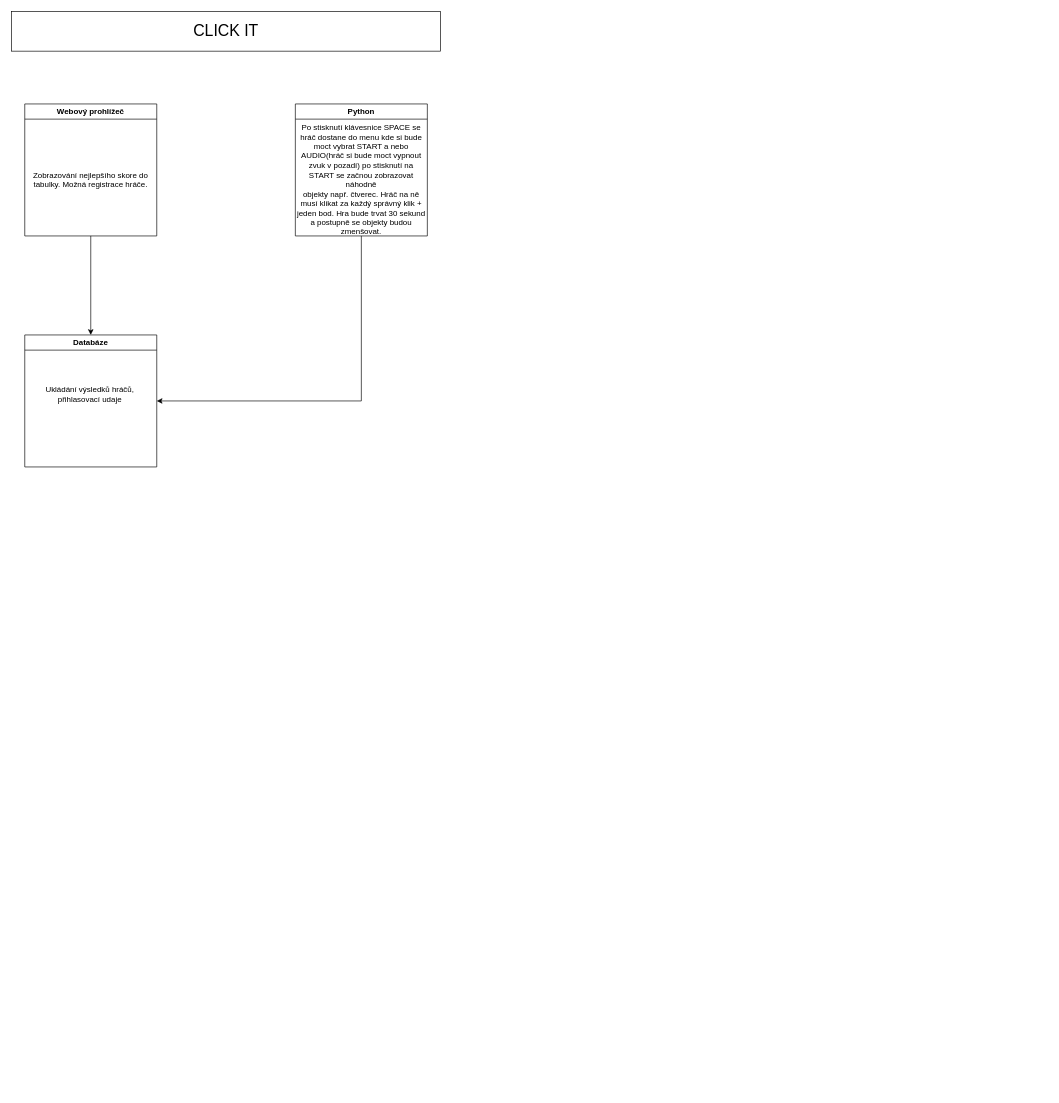
This is CLICK_IT .drawio from Brabechonza/maturita_projekt_click_it, a draw.io file, before an edit. Source tidied: cells renumbered, new cells numbered last; positions are measured from the earlier drawing's top-left corner, leaving out a move shared by most shapes. Both pictures are drawn from the tidied source at 66%, with x=0, y=0 at pixel (11, 11).
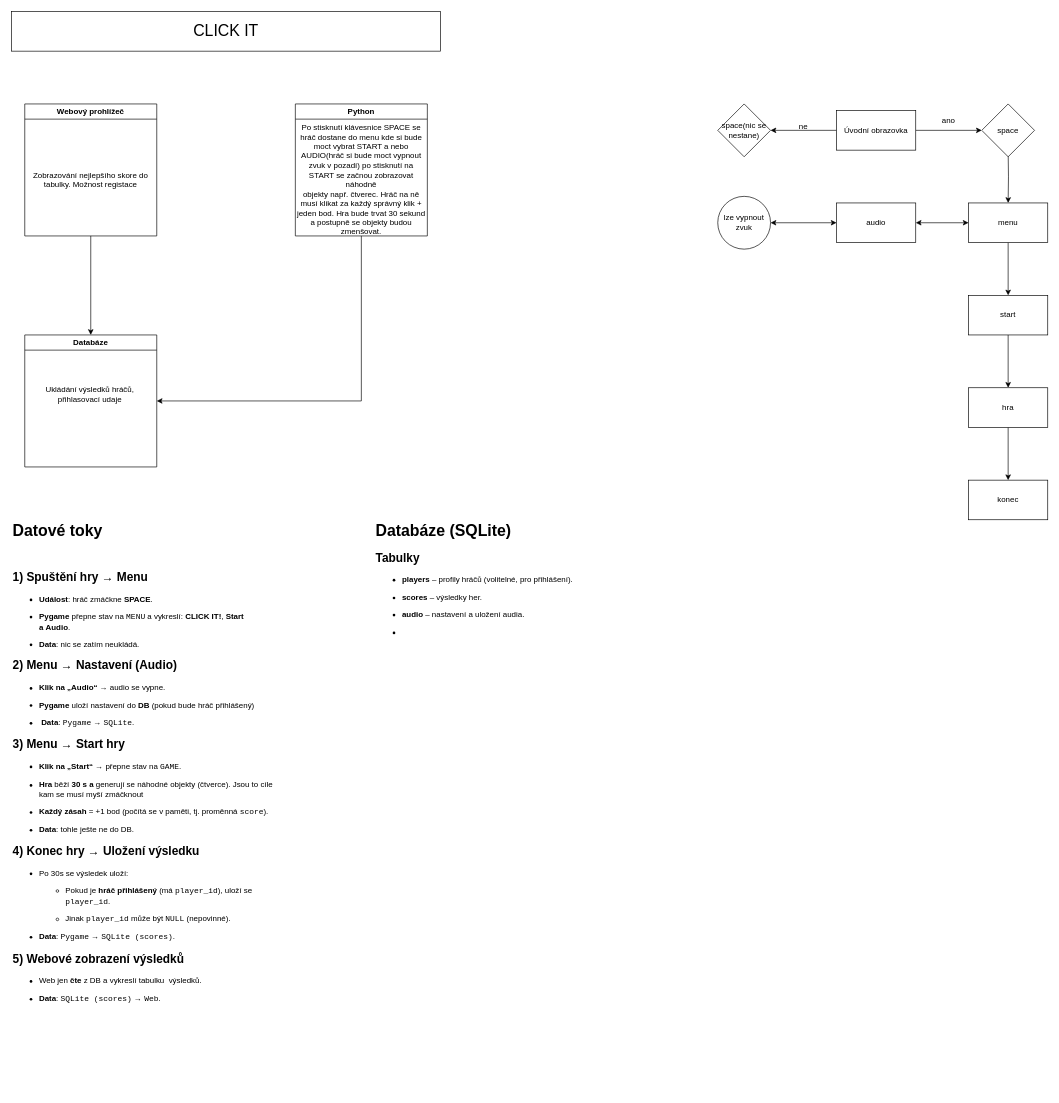
The same page after the edit.

Unchanged cells that the change refers to:
```xml
<mxCell id="2" value="Webový prohlížeč" style="swimlane;whiteSpace=wrap;html=1;" parent="1" vertex="1">
  <mxGeometry x="20" y="140" width="200" height="200" as="geometry" />
</mxCell>
```

Change to the diagram source:
```diff
@@
-    <mxCell id="3" value="Zobrazování nejlepšího skore do tabulky. Možná registrace hráče." style="text;html=1;align=center;verticalAlign=middle;whiteSpace=wrap;rounded=0;" parent="2" vertex="1">
+    <mxCell id="3" value="Zobrazování nejlepšího skore do tabulky. Možnost registace" style="text;html=1;align=center;verticalAlign=middle;whiteSpace=wrap;rounded=0;" parent="2" vertex="1">
       <mxGeometry y="30" width="200" height="170" as="geometry" />
     </mxCell>
@@
+    <mxCell id="11" style="edgeStyle=orthogonalEdgeStyle;rounded=0;jettySize=auto;html=1;" parent="1" edge="1" source="13" target="17">
+      <mxGeometry relative="1" as="geometry" />
+    </mxCell>
+    <mxCell id="12" style="edgeStyle=orthogonalEdgeStyle;rounded=0;jettySize=auto;html=1;" parent="1" edge="1" source="13" target="19">
+      <mxGeometry relative="1" as="geometry" />
+    </mxCell>
+    <mxCell id="13" value="Úvodní obrazovka" style="rounded=0;whiteSpace=wrap;html=1;" parent="1" vertex="1">
+      <mxGeometry x="1250" y="150" width="120" height="60" as="geometry" />
+    </mxCell>
+    <mxCell id="14" style="edgeStyle=orthogonalEdgeStyle;rounded=0;jettySize=auto;html=1;" parent="1" edge="1" target="16">
+      <mxGeometry relative="1" as="geometry">
+        <mxPoint x="1510" y="210" as="sourcePoint" />
+      </mxGeometry>
+    </mxCell>
+    <mxCell id="15" style="edgeStyle=orthogonalEdgeStyle;rounded=0;jettySize=auto;html=1;" parent="1" edge="1" source="16" target="22">
+      <mxGeometry relative="1" as="geometry" />
+    </mxCell>
+    <mxCell id="16" value="menu" style="whiteSpace=wrap;html=1;rounded=0;" parent="1" vertex="1">
+      <mxGeometry x="1450" y="290" width="120" height="60" as="geometry" />
+    </mxCell>
+    <mxCell id="17" value="space" style="rhombus;whiteSpace=wrap;html=1;rounded=0;" parent="1" vertex="1">
+      <mxGeometry x="1470" y="140" width="80" height="80" as="geometry" />
+    </mxCell>
+    <mxCell id="18" value="ano" style="text;html=1;whiteSpace=wrap;strokeColor=none;fillColor=none;align=center;verticalAlign=middle;rounded=0;" parent="1" vertex="1">
+      <mxGeometry x="1390" y="150" width="60" height="30" as="geometry" />
+    </mxCell>
+    <mxCell id="19" value="space(nic se nestane)" style="rhombus;whiteSpace=wrap;html=1;rounded=0;" parent="1" vertex="1">
+      <mxGeometry x="1070" y="140" width="80" height="80" as="geometry" />
+    </mxCell>
+    <mxCell id="20" value="ne" style="text;html=1;whiteSpace=wrap;strokeColor=none;fillColor=none;align=center;verticalAlign=middle;rounded=0;" parent="1" vertex="1">
+      <mxGeometry x="1170" y="160" width="60" height="30" as="geometry" />
+    </mxCell>
+    <mxCell id="21" style="edgeStyle=orthogonalEdgeStyle;rounded=0;jettySize=auto;html=1;" parent="1" edge="1" source="22" target="24">
+      <mxGeometry relative="1" as="geometry" />
+    </mxCell>
+    <mxCell id="22" value="start" style="whiteSpace=wrap;html=1;rounded=0;" parent="1" vertex="1">
+      <mxGeometry x="1450" y="430" width="120" height="60" as="geometry" />
+    </mxCell>
+    <mxCell id="23" style="edgeStyle=orthogonalEdgeStyle;rounded=0;jettySize=auto;html=1;" parent="1" edge="1" source="24" target="29">
+      <mxGeometry relative="1" as="geometry" />
+    </mxCell>
+    <mxCell id="24" value="hra" style="whiteSpace=wrap;html=1;rounded=0;" parent="1" vertex="1">
+      <mxGeometry x="1450" y="570" width="120" height="60" as="geometry" />
+    </mxCell>
+    <mxCell id="25" value="audio" style="whiteSpace=wrap;html=1;rounded=0;" parent="1" vertex="1">
+      <mxGeometry x="1250" y="290" width="120" height="60" as="geometry" />
+    </mxCell>
+    <mxCell id="26" value="lze vypnout zvuk" style="ellipse;whiteSpace=wrap;html=1;rounded=0;" parent="1" vertex="1">
+      <mxGeometry x="1070" y="280" width="80" height="80" as="geometry" />
+    </mxCell>
+    <mxCell id="27" style="endArrow=classic;startArrow=classic;html=1;rounded=0;entryX=0;entryY=0.5;entryDx=0;entryDy=0;exitX=1;exitY=0.5;exitDx=0;exitDy=0;" parent="1" edge="1" source="26" target="25">
+      <mxGeometry relative="1" as="geometry" />
+    </mxCell>
+    <mxCell id="28" style="endArrow=classic;startArrow=classic;html=1;rounded=0;entryX=0;entryY=0.5;entryDx=0;entryDy=0;exitX=1;exitY=0.5;exitDx=0;exitDy=0;" parent="1" edge="1" source="25" target="16">
+      <mxGeometry relative="1" as="geometry" />
+    </mxCell>
+    <mxCell id="29" value="konec" style="whiteSpace=wrap;html=1;rounded=0;" parent="1" vertex="1">
+      <mxGeometry x="1450" y="710" width="120" height="60" as="geometry" />
+    </mxCell>
+    <mxCell id="30" value="&lt;h1&gt;Datové toky&amp;nbsp;&lt;/h1&gt;&lt;br&gt;&lt;h2&gt;1) Spuštění hry → Menu&lt;/h2&gt;&lt;ul&gt;&lt;li&gt;&lt;p&gt;&lt;strong&gt;Událost&lt;/strong&gt;: hráč zmáčkne &lt;strong&gt;SPACE&lt;/strong&gt;.&lt;/p&gt;&lt;/li&gt;&lt;li&gt;&lt;p&gt;&lt;strong&gt;Pygame&lt;/strong&gt; přepne stav na &lt;code&gt;MENU&lt;/code&gt; a vykreslí: &lt;strong&gt;CLICK IT!&lt;/strong&gt;, &lt;strong&gt;Start a&lt;/strong&gt;&amp;nbsp;&lt;strong&gt;Audio&lt;/strong&gt;.&lt;/p&gt;&lt;/li&gt;&lt;li&gt;&lt;p&gt;&lt;strong&gt;Data&lt;/strong&gt;: nic se zatím neukládá.&lt;/p&gt;&lt;/li&gt;&lt;/ul&gt;&lt;h2&gt;2) Menu → Nastavení (Audio)&lt;/h2&gt;&lt;ul&gt;&lt;li&gt;&lt;p&gt;&lt;strong&gt;Klik na „Audio“&lt;/strong&gt; → audio se vypne.&lt;/p&gt;&lt;/li&gt;&lt;li&gt;&lt;p&gt;&lt;strong&gt;Pygame&lt;/strong&gt; uloží nastavení do &lt;strong&gt;DB&lt;/strong&gt;&amp;nbsp;(pokud bude hráč přihlášený)&lt;/p&gt;&lt;/li&gt;&lt;li&gt;&lt;p&gt;&lt;strong style=&quot;background-color: transparent; color: light-dark(rgb(0, 0, 0), rgb(255, 255, 255));&quot;&gt;&amp;nbsp;Data&lt;/strong&gt;&lt;span style=&quot;background-color: transparent; color: light-dark(rgb(0, 0, 0), rgb(255, 255, 255));&quot;&gt;: &lt;/span&gt;&lt;code style=&quot;background-color: transparent; color: light-dark(rgb(0, 0, 0), rgb(255, 255, 255));&quot;&gt;Pygame&lt;/code&gt;&lt;span style=&quot;background-color: transparent; color: light-dark(rgb(0, 0, 0), rgb(255, 255, 255));&quot;&gt; → &lt;/span&gt;&lt;code style=&quot;background-color: transparent; color: light-dark(rgb(0, 0, 0), rgb(255, 255, 255));&quot;&gt;SQLite&lt;/code&gt;&lt;span style=&quot;background-color: transparent; color: light-dark(rgb(0, 0, 0), rgb(255, 255, 255));&quot;&gt;.&lt;/span&gt;&lt;/p&gt;&lt;/li&gt;&lt;/ul&gt;&lt;h2&gt;3) Menu → Start hry&lt;/h2&gt;&lt;ul&gt;&lt;li&gt;&lt;p&gt;&lt;strong&gt;Klik na „Start“&lt;/strong&gt; → přepne stav na &lt;code&gt;GAME&lt;/code&gt;.&lt;/p&gt;&lt;/li&gt;&lt;li&gt;&lt;p&gt;&lt;strong&gt;Hra&lt;/strong&gt; běží &lt;strong&gt;30 s a&amp;nbsp;&lt;/strong&gt;generují se náhodné objekty (čtverce). Jsou to cíle kam se musí myší zmáčknout&lt;/p&gt;&lt;/li&gt;&lt;li&gt;&lt;p&gt;&lt;strong&gt;Každý zásah&lt;/strong&gt; = +1 bod (počítá se v paměti, tj. proměnná &lt;code&gt;score&lt;/code&gt;).&lt;/p&gt;&lt;/li&gt;&lt;li&gt;&lt;p&gt;&lt;strong&gt;Data&lt;/strong&gt;: tohle ješte ne do DB.&lt;/p&gt;&lt;/li&gt;&lt;/ul&gt;&lt;h2&gt;4) Konec hry → Uložení výsledku&lt;/h2&gt;&lt;ul&gt;&lt;li&gt;&lt;p&gt;Po 30s se výsledek uloží:&lt;/p&gt;&lt;ul&gt;&lt;li&gt;&lt;p&gt;Pokud je &lt;strong&gt;hráč přihlášený&lt;/strong&gt; (má &lt;code&gt;player_id&lt;/code&gt;), uloží se &lt;code&gt;player_id&lt;/code&gt;.&lt;/p&gt;&lt;/li&gt;&lt;li&gt;&lt;p&gt;Jinak &lt;code&gt;player_id&lt;/code&gt; může být &lt;code&gt;NULL&lt;/code&gt; (nepovinné).&lt;/p&gt;&lt;/li&gt;&lt;/ul&gt;&lt;/li&gt;&lt;li&gt;&lt;p&gt;&lt;strong&gt;Data&lt;/strong&gt;: &lt;code&gt;Pygame&lt;/code&gt; → &lt;code&gt;SQLite (scores)&lt;/code&gt;.&lt;/p&gt;&lt;/li&gt;&lt;/ul&gt;&lt;h2&gt;5) Webové zobrazení výsledků&lt;/h2&gt;&lt;ul&gt;&lt;li&gt;&lt;p&gt;Web jen &lt;strong&gt;čte&lt;/strong&gt; z DB a vykreslí tabulku&amp;nbsp; výsledků.&lt;/p&gt;&lt;/li&gt;&lt;li&gt;&lt;p&gt;&lt;strong&gt;Data&lt;/strong&gt;: &lt;code&gt;SQLite (scores)&lt;/code&gt; → &lt;code&gt;Web&lt;/code&gt;.&lt;/p&gt;&lt;br&gt;&lt;/li&gt;&lt;br&gt;&lt;/ul&gt;&lt;br&gt;&lt;blockquote&gt;&lt;br&gt;&lt;p&gt;&lt;br&gt;&lt;/p&gt;&lt;/blockquote&gt;" style="text;whiteSpace=wrap;html=1;" parent="1" vertex="1">
+      <mxGeometry y="750" width="400" height="780" as="geometry" />
+    </mxCell>
+    <mxCell id="31" value="&lt;h1&gt;Databáze (SQLite)&lt;/h1&gt;&lt;h2&gt;Tabulky&lt;/h2&gt;&lt;ul&gt;&lt;li&gt;&lt;p&gt;&lt;strong&gt;players&lt;/strong&gt; – profily hráčů (volitelné, pro přihlášení).&lt;/p&gt;&lt;/li&gt;&lt;li&gt;&lt;p&gt;&lt;strong&gt;scores&lt;/strong&gt; – výsledky her.&lt;/p&gt;&lt;/li&gt;&lt;li&gt;&lt;p&gt;&lt;strong&gt;audio&lt;/strong&gt; – nastavení a uložení audia.&lt;/p&gt;&lt;/li&gt;&lt;li&gt;&lt;br&gt;&lt;p&gt;&lt;br&gt;&lt;/p&gt;&lt;/li&gt;&lt;/ul&gt;" style="text;whiteSpace=wrap;html=1;" parent="1" vertex="1">
+      <mxGeometry x="550" y="750" width="410" height="260" as="geometry" />
+    </mxCell>
```
